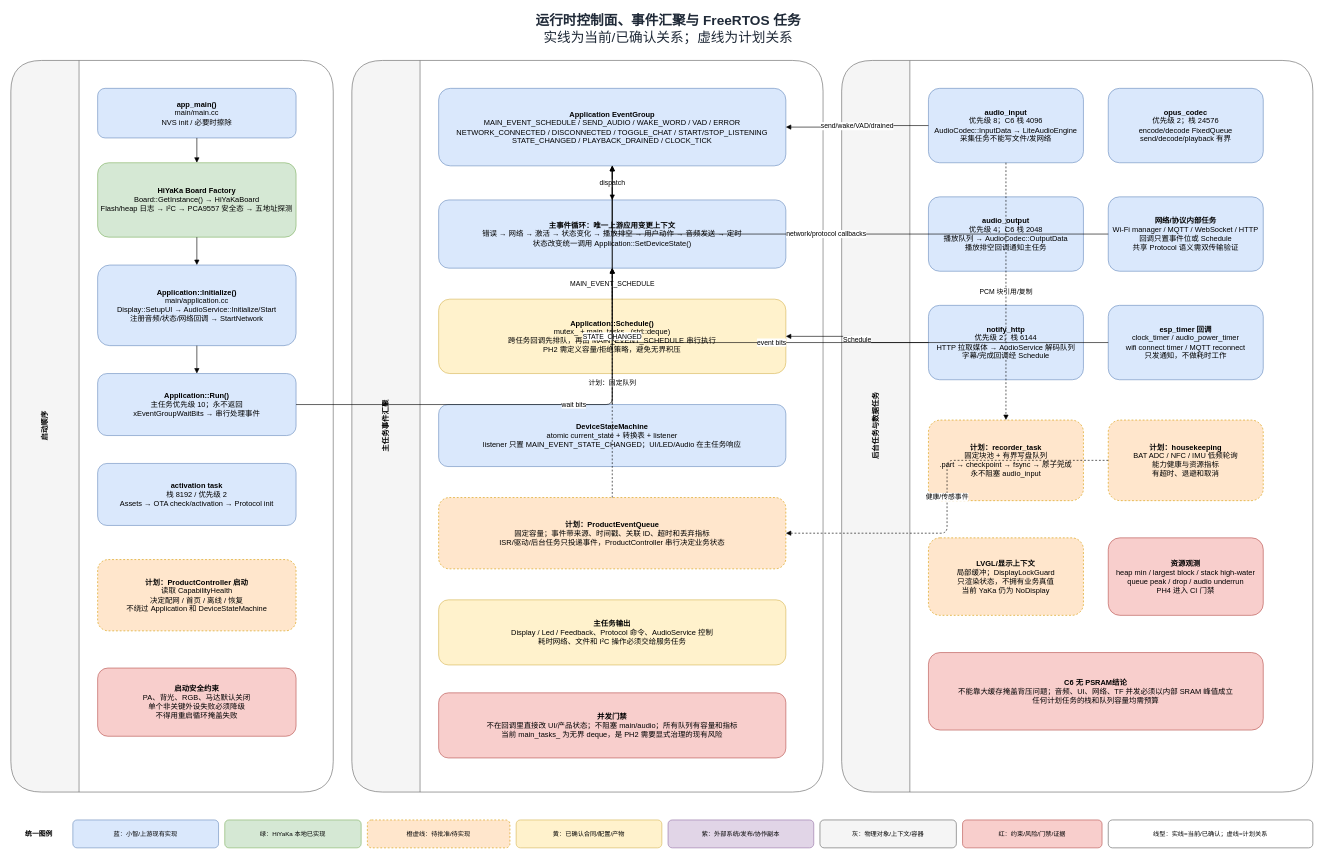
The draw.io diagram page "02 启动、事件与任务并发" (2 of 4) of docs/yaka/diagrams/yaka-firmware-architecture.drawio in njueeRay/hi-yaka-firmware, before the edit. Source tidied: cells renumbered, new cells numbered last; positions are measured from the earlier drawing's top-left corner, leaving out a move shared by most shapes. Both pictures are drawn from the tidied source at 62%, with x=0, y=0 at pixel (11, 11).
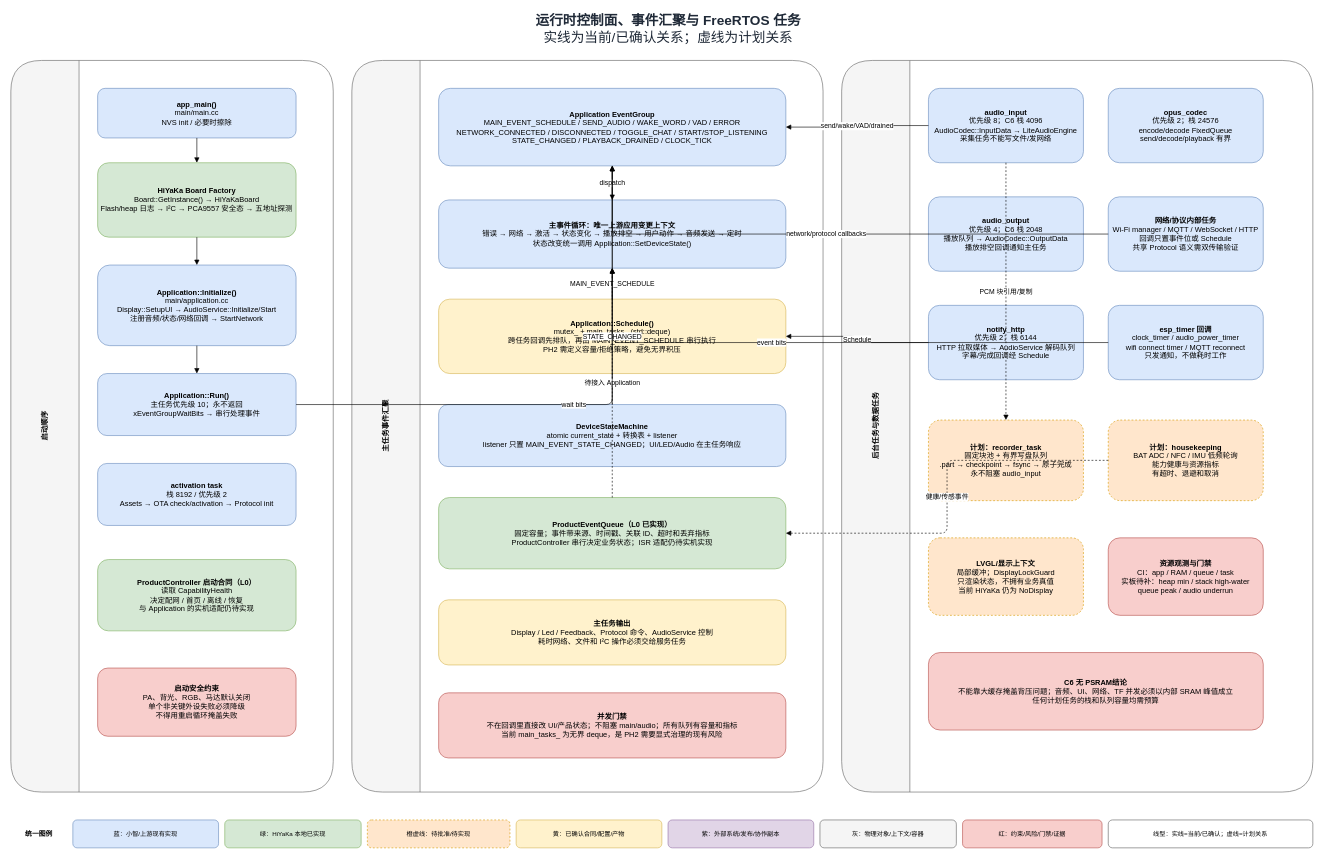
After the change.

Unchanged cells that the change refers to:
```xml
<mxCell id="12" value="启动顺序" style="swimlane;horizontal=0;startSize=110;rounded=1;html=1;fillColor=#F5F5F5;strokeColor=#666666;fontStyle=1;" parent="1" vertex="1">
  <mxGeometry y="80" width="520" height="1180" as="geometry" />
</mxCell>
<mxCell id="20" value="主任务事件汇聚" style="swimlane;horizontal=0;startSize=110;rounded=1;html=1;fillColor=#F5F5F5;strokeColor=#666666;fontStyle=1;" parent="1" vertex="1">
  <mxGeometry x="550" y="80" width="760" height="1180" as="geometry" />
</mxCell>
<mxCell id="22" value="&lt;b&gt;主事件循环：唯一上游应用变更上下文&lt;/b&gt;&lt;br&gt;错误 → 网络 → 激活 → 状态变化 → 播放排空 → 用户动作 → 音频发送 → 定时&lt;br&gt;状态改变统一调用 Application::SetDeviceState()" style="rounded=1;whiteSpace=wrap;html=1;fillColor=#DAE8FC;strokeColor=#6C8EBF;" parent="20" vertex="1">
  <mxGeometry x="140" y="225" width="560" height="110" as="geometry" />
</mxCell>
<mxCell id="28" value="后台任务与数据任务" style="swimlane;horizontal=0;startSize=110;rounded=1;html=1;fillColor=#F5F5F5;strokeColor=#666666;fontStyle=1;" parent="1" vertex="1">
  <mxGeometry x="1340" y="80" width="760" height="1180" as="geometry" />
</mxCell>
```

Diff of the diagram source:
```diff
@@
-    <mxCell id="18" value="&lt;b&gt;计划：ProductController 启动&lt;/b&gt;&lt;br&gt;读取 CapabilityHealth&lt;br&gt;决定配网 / 首页 / 离线 / 恢复&lt;br&gt;不绕过 Application 和 DeviceStateMachine" style="rounded=1;whiteSpace=wrap;html=1;fillColor=#FFE6CC;strokeColor=#D79B00;dashed=1;" parent="12" vertex="1">
+    <mxCell id="18" value="&lt;b&gt;ProductController 启动合同（L0）&lt;/b&gt;&lt;br&gt;读取 CapabilityHealth&lt;br&gt;决定配网 / 首页 / 离线 / 恢复&lt;br&gt;与 Application 的实机适配仍待实现" style="rounded=1;whiteSpace=wrap;html=1;fillColor=#D5E8D4;strokeColor=#82B366;" parent="12" vertex="1">
       <mxGeometry x="140" y="805" width="320" height="115" as="geometry" />
     </mxCell>
@@
-    <mxCell id="25" value="&lt;b&gt;计划：ProductEventQueue&lt;/b&gt;&lt;br&gt;固定容量；事件带来源、时间戳、关联 ID、超时和丢弃指标&lt;br&gt;ISR/驱动/后台任务只投递事件，ProductController 串行决定业务状态" style="rounded=1;whiteSpace=wrap;html=1;fillColor=#FFE6CC;strokeColor=#D79B00;dashed=1;" parent="20" vertex="1">
+    <mxCell id="25" value="&lt;b&gt;ProductEventQueue（L0 已实现）&lt;/b&gt;&lt;br&gt;固定容量；事件带来源、时间戳、关联 ID、超时和丢弃指标&lt;br&gt;ProductController 串行决定业务状态；ISR 适配仍待实机实现" style="rounded=1;whiteSpace=wrap;html=1;fillColor=#D5E8D4;strokeColor=#82B366;" parent="20" vertex="1">
       <mxGeometry x="140" y="705" width="560" height="115" as="geometry" />
     </mxCell>
@@
-    <mxCell id="37" value="&lt;b&gt;LVGL/显示上下文&lt;/b&gt;&lt;br&gt;局部缓冲；DisplayLockGuard&lt;br&gt;只渲染状态，不拥有业务真值&lt;br&gt;当前 YaKa 仍为 NoDisplay" style="rounded=1;whiteSpace=wrap;html=1;fillColor=#FFE6CC;strokeColor=#D79B00;dashed=1;" parent="28" vertex="1">
+    <mxCell id="37" value="&lt;b&gt;LVGL/显示上下文&lt;/b&gt;&lt;br&gt;局部缓冲；DisplayLockGuard&lt;br&gt;只渲染状态，不拥有业务真值&lt;br&gt;当前 HiYaKa 仍为 NoDisplay" style="rounded=1;whiteSpace=wrap;html=1;fillColor=#FFE6CC;strokeColor=#D79B00;dashed=1;" parent="28" vertex="1">
       <mxGeometry x="140" y="770" width="250" height="125" as="geometry" />
     </mxCell>
-    <mxCell id="38" value="&lt;b&gt;资源观测&lt;/b&gt;&lt;br&gt;heap min / largest block / stack high-water&lt;br&gt;queue peak / drop / audio underrun&lt;br&gt;PH4 进入 CI 门禁" style="rounded=1;whiteSpace=wrap;html=1;fillColor=#F8CECC;strokeColor=#B85450;" parent="28" vertex="1">
+    <mxCell id="38" value="&lt;b&gt;资源观测与门禁&lt;/b&gt;&lt;br&gt;CI：app / RAM / queue / task&lt;br&gt;实板待补：heap min / stack high-water&lt;br&gt;queue peak / audio underrun" style="rounded=1;whiteSpace=wrap;html=1;fillColor=#F8CECC;strokeColor=#B85450;" parent="28" vertex="1">
       <mxGeometry x="430" y="770" width="250" height="125" as="geometry" />
     </mxCell>
@@
-    <mxCell id="51" value="计划：固定队列" style="edgeStyle=orthogonalEdgeStyle;rounded=1;html=1;defaultLabelBackgroundColor=page;endArrow=block;dashed=1;" parent="20" edge="1" source="25" target="22">
+    <mxCell id="51" value="待接入 Application" style="edgeStyle=orthogonalEdgeStyle;rounded=1;html=1;defaultLabelBackgroundColor=page;endArrow=block;dashed=1;" parent="20" edge="1" source="25" target="22">
       <mxGeometry relative="1" as="geometry" />
     </mxCell>
```
